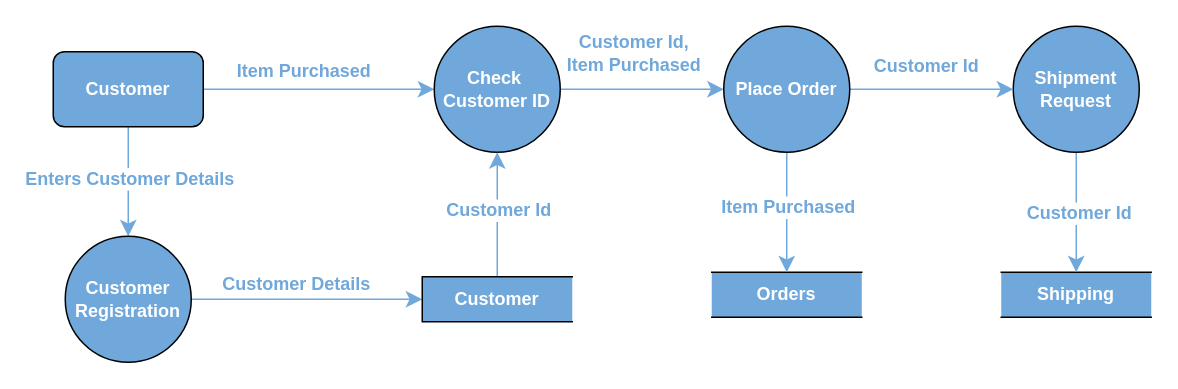
Above: page "Data Flow Diagram (DFD)" (2 of 2) of Untitled Diagram.drawio in sarthak71/pei-interview-project (draw.io), before the change. Source tidied: cells renumbered, new cells numbered last; positions are measured from the earlier drawing's top-left corner, leaving out a move shared by most shapes. Both pictures are drawn from the tidied source at 150%, with x=0, y=0 at pixel (52, 26).
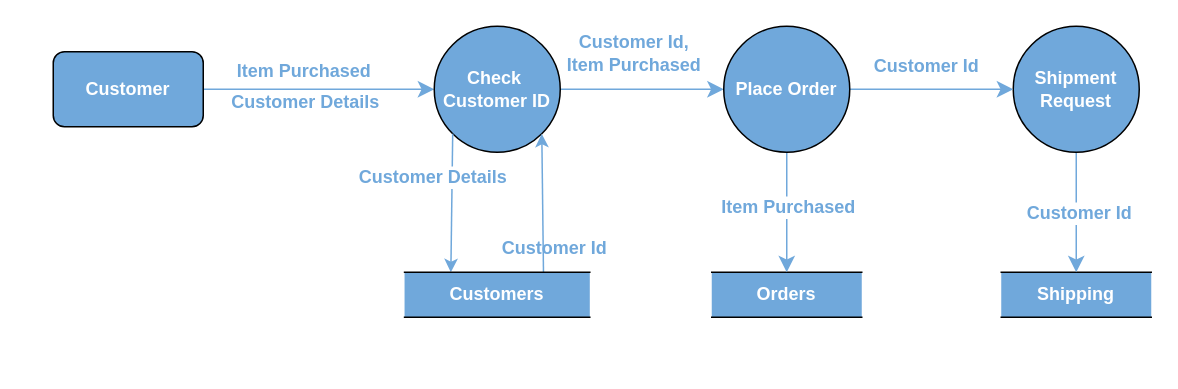
After the change.

Unchanged cells that the change refers to:
```xml
<mxCell id="6" value="Customer" style="html=1;dashed=0;whiteSpace=wrap;rounded=1;fillStyle=solid;fillColor=#70a8db;fontColor=#ffffff;fontFamily=Calibri;fontStyle=1;" parent="1" vertex="1">
  <mxGeometry y="17" width="100" height="50" as="geometry" />
</mxCell>
<mxCell id="9" value="Check&amp;nbsp;&lt;div&gt;Customer ID&lt;/div&gt;" style="shape=ellipse;html=1;dashed=0;whiteSpace=wrap;perimeter=ellipsePerimeter;rounded=1;fillStyle=solid;fillColor=#70a8db;fontColor=#ffffff;fontFamily=Calibri;fontStyle=1;" parent="1" vertex="1">
  <mxGeometry x="254" width="84" height="84" as="geometry" />
</mxCell>
```

The edit, as a diff of the source:
```diff
@@
-    <mxCell id="4" style="edgeStyle=none;curved=0;rounded=1;jettySize=auto;html=1;exitX=0.5;exitY=1;exitDx=0;exitDy=0;entryX=0.5;entryY=0;entryDx=0;entryDy=0;fontSize=12;startSize=8;endSize=8;strokeColor=#70a8db;fontColor=#70A8DB;" parent="1" edge="1" source="6" target="16">
-      <mxGeometry relative="1" as="geometry" />
-    </mxCell>
-    <mxCell id="5" value="Enters Customer Details" style="edgeLabel;html=1;align=center;verticalAlign=middle;fontSize=12;rounded=1;fontColor=#70a8db;fontStyle=1;fontFamily=Calibri;" parent="4" vertex="1">
-      <mxGeometry x="-0.07" relative="1" as="geometry" />
-    </mxCell>
@@
-    <mxCell id="14" style="edgeStyle=none;curved=0;rounded=1;jettySize=auto;html=1;exitX=1;exitY=0.5;exitDx=0;exitDy=0;entryX=0;entryY=0.5;entryDx=0;entryDy=0;fontSize=12;startSize=8;endSize=8;strokeColor=#70a8db;fontColor=#70A8DB;" parent="1" edge="1" source="16" target="18">
-      <mxGeometry relative="1" as="geometry" />
-    </mxCell>
-    <mxCell id="15" value="Customer Details" style="edgeLabel;html=1;align=center;verticalAlign=middle;fontSize=12;rounded=1;fontColor=#70a8db;fontStyle=1;fontFamily=Calibri;" parent="14" vertex="1">
-      <mxGeometry x="-0.25" y="-1" relative="1" as="geometry">
-        <mxPoint x="11" y="-12" as="offset" />
-      </mxGeometry>
-    </mxCell>
-    <mxCell id="16" value="Customer Registration" style="shape=ellipse;html=1;dashed=0;whiteSpace=wrap;perimeter=ellipsePerimeter;rounded=1;fillStyle=solid;fillColor=#70a8db;fontColor=#ffffff;fontFamily=Calibri;fontStyle=1;" parent="1" vertex="1">
-      <mxGeometry x="8" y="140" width="84" height="84" as="geometry" />
-    </mxCell>
-    <mxCell id="17" style="edgeStyle=none;curved=0;rounded=1;jettySize=auto;html=1;exitX=0.5;exitY=0;exitDx=0;exitDy=0;fontSize=12;startSize=8;endSize=8;strokeColor=#70a8db;fontColor=#70A8DB;" parent="1" edge="1" source="18" target="9">
+    <mxCell id="17" style="edgeStyle=none;curved=0;rounded=1;jettySize=auto;html=1;exitX=0;exitY=1;exitDx=0;exitDy=0;fontSize=12;strokeColor=#70a8db;fontColor=#70A8DB;entryX=0.25;entryY=0;entryDx=0;entryDy=0;" parent="1" edge="1" source="9" target="29">
       <mxGeometry relative="1" as="geometry" />
     </mxCell>
-    <mxCell id="18" value="Customer" style="html=1;dashed=0;whiteSpace=wrap;shape=partialRectangle;right=0;rounded=1;fillStyle=solid;fillColor=#70a8db;fontColor=#ffffff;fontFamily=Calibri;fontStyle=1;" parent="1" vertex="1">
-      <mxGeometry x="246" y="167" width="100" height="30" as="geometry" />
-    </mxCell>
@@
     <mxCell id="23" value="Customer Id" style="edgeLabel;html=1;align=center;verticalAlign=middle;fontSize=12;rounded=1;fontColor=#70a8db;fontStyle=1;fontFamily=Calibri;" parent="1" vertex="1">
-      <mxGeometry x="296" y="122" as="geometry" />
+      <mxGeometry x="333" y="147" as="geometry" />
     </mxCell>
@@
+    <mxCell id="26" style="edgeStyle=none;curved=0;rounded=1;jettySize=auto;html=1;exitX=0.75;exitY=0;exitDx=0;exitDy=0;fontSize=12;strokeColor=#70a8db;fontColor=#70A8DB;entryX=1;entryY=1;entryDx=0;entryDy=0;" parent="1" edge="1" source="29" target="9">
+      <mxGeometry relative="1" as="geometry" />
+    </mxCell>
+    <mxCell id="27" value="Customer Details" style="edgeLabel;html=1;align=center;verticalAlign=middle;fontSize=12;rounded=1;fontColor=#70a8db;fontStyle=1;fontFamily=Calibri;" parent="1" vertex="1">
+      <mxGeometry x="252" y="100" as="geometry" />
+    </mxCell>
+    <mxCell id="28" value="Customer Details" style="edgeLabel;html=1;align=center;verticalAlign=middle;fontSize=12;rounded=1;fontColor=#70a8db;fontStyle=1;fontFamily=Calibri;" parent="1" vertex="1">
+      <mxGeometry x="167" y="50" as="geometry" />
+    </mxCell>
+    <mxCell id="29" value="Customers" style="html=1;dashed=0;whiteSpace=wrap;shape=partialRectangle;right=0;left=0;rounded=1;fillStyle=solid;strokeColor=default;align=center;verticalAlign=middle;fontFamily=Calibri;fontSize=12;fontColor=#ffffff;fontStyle=1;fillColor=#70a8db;" parent="1" vertex="1">
+      <mxGeometry x="234.2" y="164" width="123.5" height="30" as="geometry" />
+    </mxCell>
```
